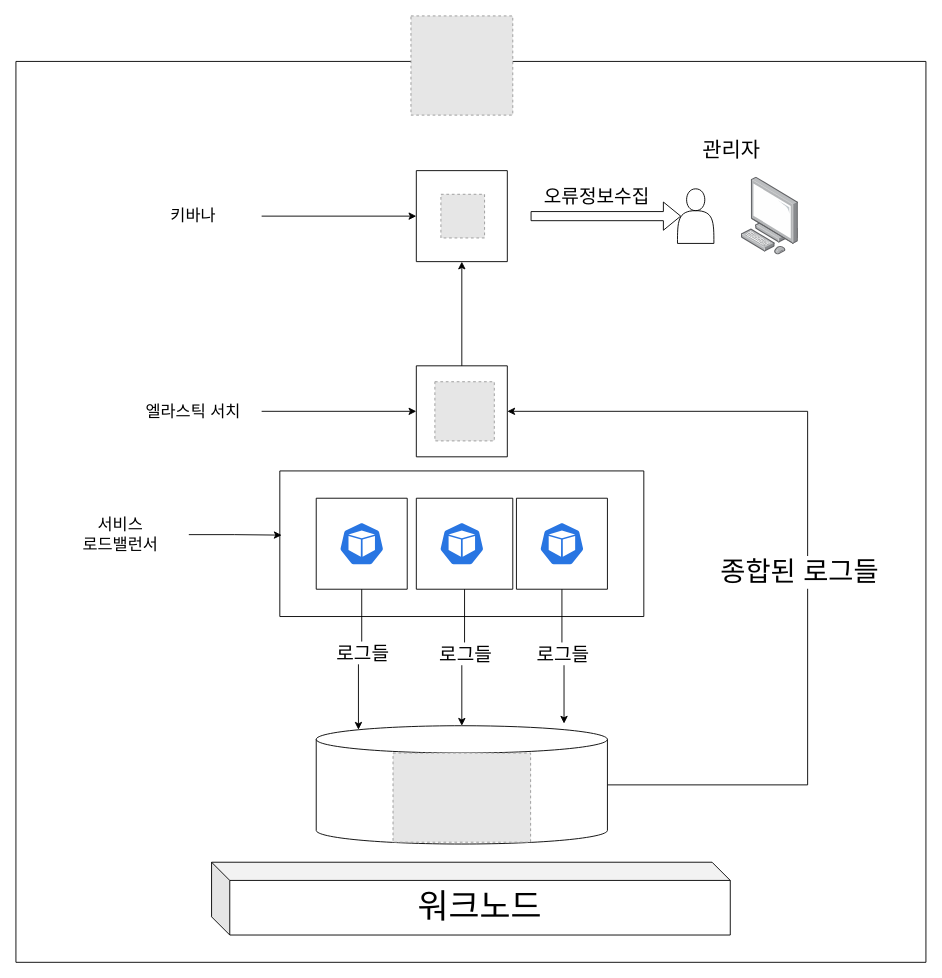
The draw.io diagram 제목 없는 다이어그램.drawio in minjunkim5876/project_eggs, before the edit. Source tidied: cells renumbered, new cells numbered last; positions are measured from the earlier drawing's top-left corner, leaving out a move shared by most shapes. Both pictures are drawn from the tidied source at 91%, with x=0, y=0 at pixel (15, 15). Pictures stored in the file or linked from it are replaced by grey dashed boxes.
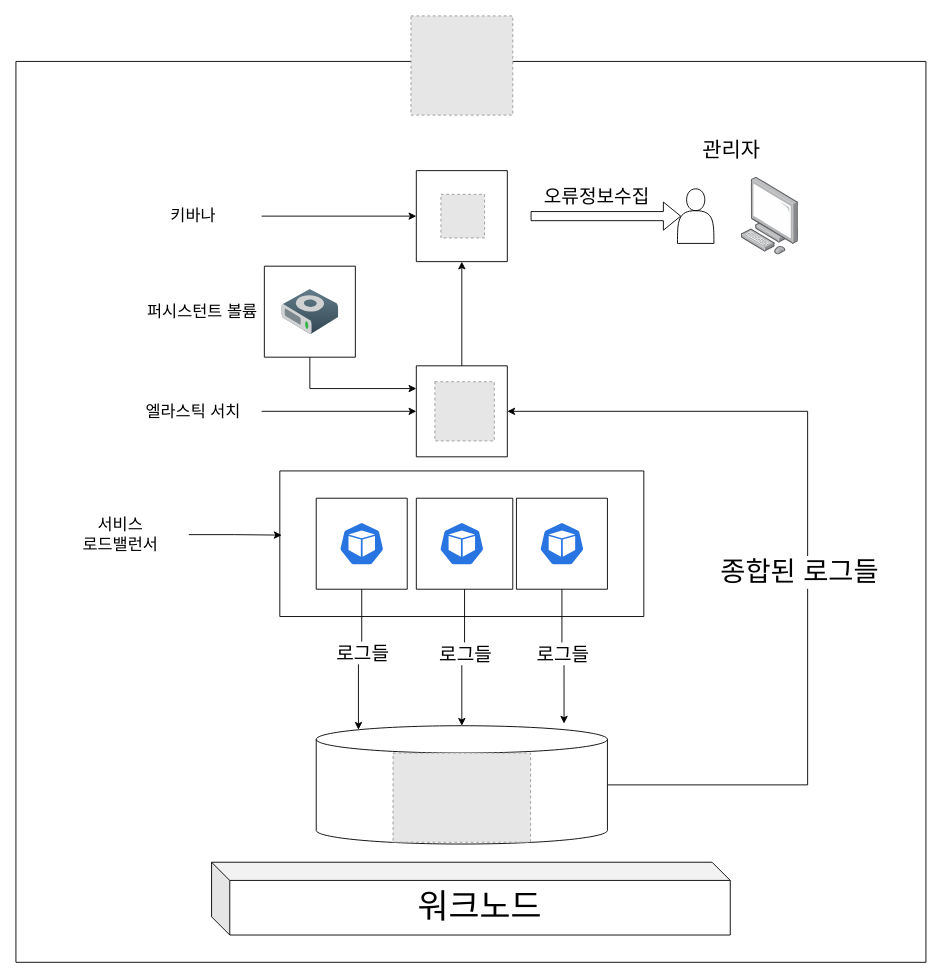
After the change.

Commit message:
제목 없는 다이어그램.drawio 업데이트

Unchanged cells that the change refers to:
```xml
<mxCell id="2" style="swimlane;startSize=0;" parent="1" vertex="1">
  <mxGeometry y="50" width="1000" height="990" as="geometry" />
</mxCell>
<mxCell id="16" style="swimlane;startSize=0;" parent="2" vertex="1">
  <mxGeometry x="440" y="334.5" width="100" height="100" as="geometry" />
</mxCell>
```

Change to the diagram source:
```diff
@@
+    <mxCell id="38" style="shadow=0;dashed=0;html=1;labelPosition=center;verticalLabelPosition=bottom;verticalAlign=top;align=center;shape=mxgraph.veeam.3d.hard_drive;fillColor=#637D8A;gradientColor=#324752;strokeColor=none;" parent="2" vertex="1">
+      <mxGeometry x="292" y="250" width="62" height="50" as="geometry" />
+    </mxCell>
+    <mxCell id="39" style="edgeStyle=orthogonalEdgeStyle;rounded=0;jettySize=auto;html=1;exitX=0.5;exitY=1;exitDx=0;exitDy=0;entryX=0;entryY=0.25;entryDx=0;entryDy=0;" parent="2" edge="1" source="40" target="16">
+      <mxGeometry relative="1" as="geometry" />
+    </mxCell>
+    <mxCell id="40" style="swimlane;startSize=0;" parent="2" vertex="1">
+      <mxGeometry x="273" y="225" width="100" height="100" as="geometry" />
+    </mxCell>
+    <mxCell id="41" value="&lt;span style=&quot;font-size: 18px;&quot;&gt;퍼시스턴트 볼륨&lt;/span&gt;" style="text;html=1;strokeColor=none;fillColor=none;align=center;verticalAlign=middle;whiteSpace=wrap;rounded=0;" parent="2" vertex="1">
+      <mxGeometry x="130" y="245" width="150" height="60" as="geometry" />
+    </mxCell>
```
